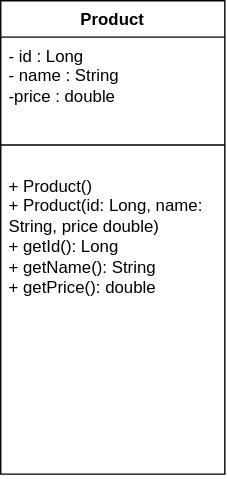
W3sleyMP/products-api-master keeps this draw.io diagram as docs/uml/product.svg. Above is the earlier version. Source tidied: cells renumbered, new cells last; positions are measured from the earlier drawing's top-left corner, leaving out a move shared by most shapes.
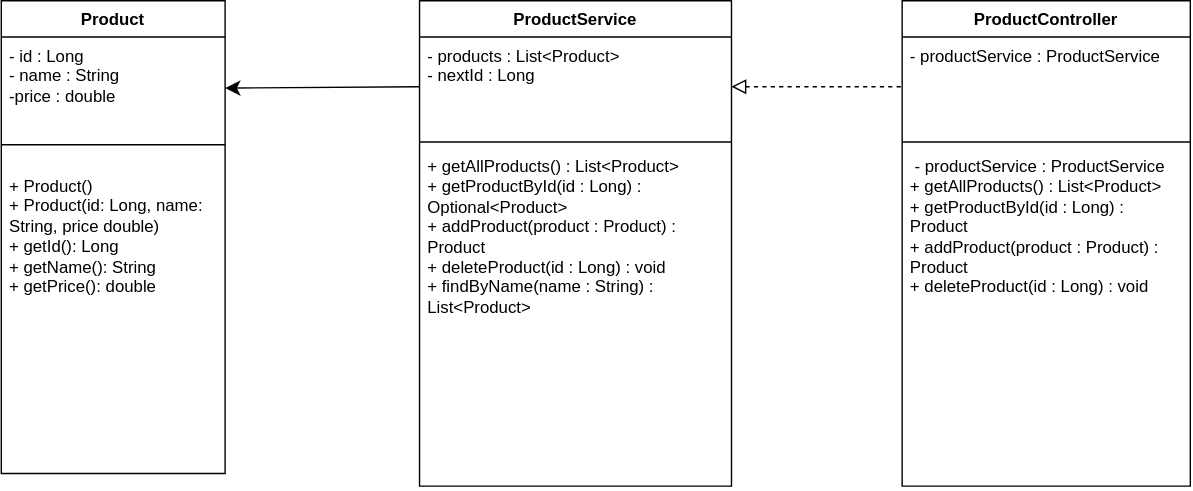
The same diagram one commit later.

Commit message:
Tutorial 3 uml updated

Change to the diagram source:
```diff
@@ -14,5 +14,35 @@
     <mxCell id="5" value="&lt;p&gt;+ Product()&lt;br&gt;+ Product(id: Long, name: String, price double)&lt;br&gt;+ getId(): Long&lt;br&gt;+ getName(): String&lt;br&gt;+ getPrice():&amp;nbsp;&lt;span style=&quot;background-color: transparent; color: light-dark(rgb(0, 0, 0), rgb(255, 255, 255));&quot;&gt;double&lt;/span&gt;&lt;br&gt;&lt;/p&gt;" style="text;strokeColor=none;fillColor=none;align=left;verticalAlign=top;spacingLeft=4;spacingRight=4;overflow=hidden;whiteSpace=wrap;html=1;" parent="2" vertex="1">
       <mxGeometry y="107" width="160" height="231" as="geometry" />
     </mxCell>
+    <mxCell id="6" value="ProductService" style="swimlane;fontStyle=1;align=center;verticalAlign=top;horizontal=1;startSize=26;whiteSpace=wrap;html=1;" parent="1" vertex="1">
+      <mxGeometry x="299" width="223" height="347" as="geometry" />
+    </mxCell>
+    <mxCell id="7" value="- products : List&amp;lt;Product&amp;gt;&lt;br&gt;&lt;div&gt;- nextId : Long&lt;/div&gt;" style="text;strokeColor=none;fillColor=none;align=left;verticalAlign=top;spacingLeft=4;spacingRight=4;overflow=hidden;points=[[0,0.5],[1,0.5]];portConstraint=eastwest;whiteSpace=wrap;html=1;" parent="6" vertex="1">
+      <mxGeometry y="26" width="223" height="71" as="geometry" />
+    </mxCell>
+    <mxCell id="8" style="line;strokeWidth=1;fillColor=none;align=left;verticalAlign=middle;spacingTop=-1;spacingLeft=3;spacingRight=3;labelPosition=right;strokeColor=inherit;" parent="6" vertex="1">
+      <mxGeometry y="97" width="223" height="8" as="geometry" />
+    </mxCell>
+    <mxCell id="9" value="+ getAllProducts() : List&amp;lt;Product&amp;gt;&lt;br&gt; + getProductById(id : Long) : Optional&amp;lt;Product&amp;gt;&lt;br&gt; + addProduct(product : Product) : Product&lt;br&gt; + deleteProduct(id : Long) : void&lt;br&gt; + findByName(name : String) : List&amp;lt;Product&amp;gt;" style="text;strokeColor=none;fillColor=none;align=left;verticalAlign=top;spacingLeft=4;spacingRight=4;overflow=hidden;whiteSpace=wrap;html=1;" parent="6" vertex="1">
+      <mxGeometry y="105" width="223" height="242" as="geometry" />
+    </mxCell>
+    <mxCell id="10" value="ProductController" style="swimlane;fontStyle=1;align=center;verticalAlign=top;horizontal=1;startSize=26;whiteSpace=wrap;html=1;" parent="1" vertex="1">
+      <mxGeometry x="644" width="206" height="347" as="geometry" />
+    </mxCell>
+    <mxCell id="11" value="- productService : ProductService" style="text;strokeColor=none;fillColor=none;align=left;verticalAlign=top;spacingLeft=4;spacingRight=4;overflow=hidden;points=[[0,0.5],[1,0.5]];portConstraint=eastwest;whiteSpace=wrap;html=1;" parent="10" vertex="1">
+      <mxGeometry y="26" width="206" height="71" as="geometry" />
+    </mxCell>
+    <mxCell id="12" style="line;strokeWidth=1;fillColor=none;align=left;verticalAlign=middle;spacingTop=-1;spacingLeft=3;spacingRight=3;labelPosition=right;strokeColor=inherit;" parent="10" vertex="1">
+      <mxGeometry y="97" width="206" height="8" as="geometry" />
+    </mxCell>
+    <mxCell id="13" value="&amp;nbsp;- productService : ProductService&lt;div&gt;+ getAllProducts() : List&lt;span style=&quot;background-color: transparent; color: light-dark(rgb(0, 0, 0), rgb(255, 255, 255));&quot;&gt;&amp;lt;Product&amp;gt;&lt;/span&gt;&lt;/div&gt;&lt;div&gt;+ getProductById(id : Long) : Product&lt;/div&gt;&lt;div&gt;+ addProduct(product : Product) : Product&lt;/div&gt;&lt;div&gt;+ deleteProduct(id : Long) : void&amp;nbsp;&lt;/div&gt;" style="text;strokeColor=none;fillColor=none;align=left;verticalAlign=top;spacingLeft=4;spacingRight=4;overflow=hidden;whiteSpace=wrap;html=1;" parent="10" vertex="1">
+      <mxGeometry y="105" width="206" height="242" as="geometry" />
+    </mxCell>
+    <mxCell id="14" style="endArrow=none;dashed=1;html=1;rounded=0;fontSize=12;startSize=8;endSize=8;curved=1;entryX=0;entryY=0.5;entryDx=0;entryDy=0;exitX=1;exitY=0.5;exitDx=0;exitDy=0;startArrow=block;startFill=0;" parent="1" edge="1" source="7" target="11">
+      <mxGeometry relative="1" as="geometry" />
+    </mxCell>
+    <mxCell id="15" style="endArrow=none;html=1;rounded=0;fontSize=12;startSize=8;endSize=8;curved=1;entryX=0;entryY=0.5;entryDx=0;entryDy=0;exitX=1;exitY=0.5;exitDx=0;exitDy=0;endFill=0;startArrow=classic;startFill=1;" parent="1" edge="1" source="3" target="7">
+      <mxGeometry relative="1" as="geometry" />
+    </mxCell>
   </root>
 </mxGraphModel>
```
